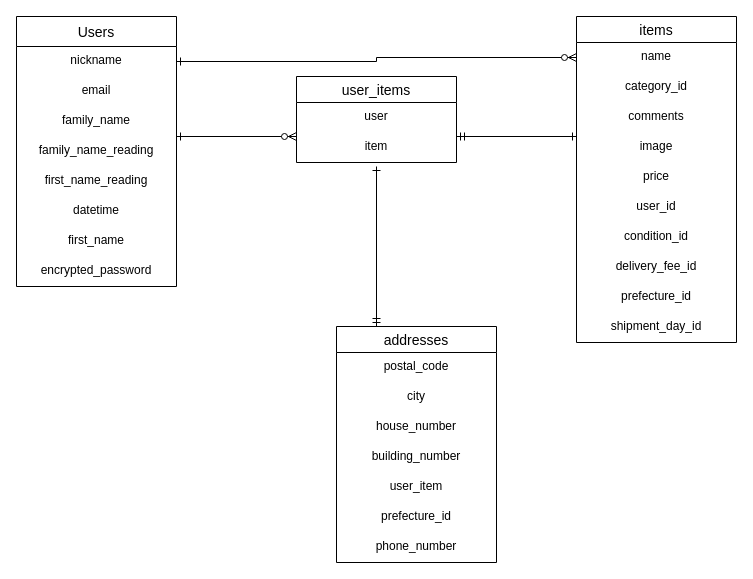
Earlier version of the draw.io diagram furima.dio (xxxkana/furima-36249). Source tidied: cells renumbered, new cells numbered last; positions are measured from the earlier drawing's top-left corner, leaving out a move shared by most shapes. Both pictures are drawn from the tidied source at 100%, with x=0, y=0 at pixel (16, 16).
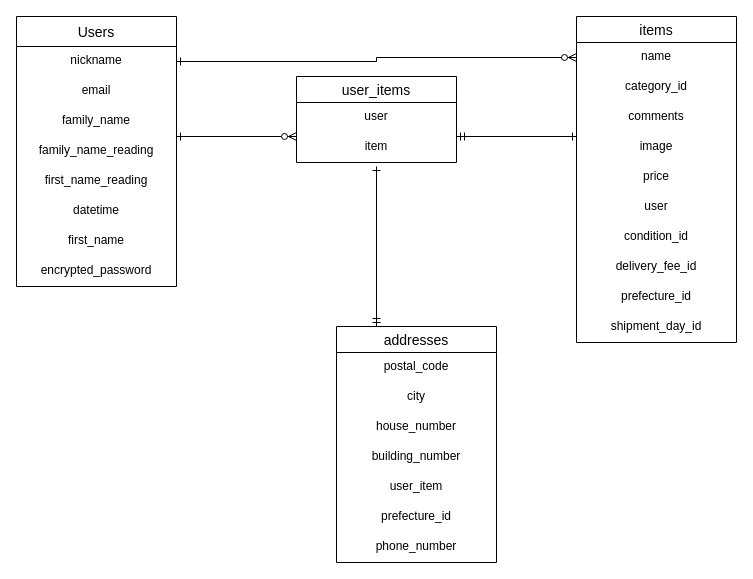
The same diagram, later.

Commit message (it also covers changes not shown here):
データベース設計修正9

Unchanged cells that the change refers to:
```xml
<mxCell id="11" value="items" style="swimlane;fontStyle=0;horizontal=1;startSize=26;align=center;fontSize=14;" parent="1" vertex="1">
  <mxGeometry x="560" width="160" height="326" as="geometry" />
</mxCell>
```

The edit, as a diff of the source:
```diff
@@
-    <mxCell id="17" value="user_id" style="text;strokeColor=none;fillColor=none;spacingLeft=4;spacingRight=4;overflow=hidden;fontSize=12;align=center;" parent="11" vertex="1">
+    <mxCell id="17" value="user" style="text;strokeColor=none;fillColor=none;spacingLeft=4;spacingRight=4;overflow=hidden;fontSize=12;align=center;" parent="11" vertex="1">
       <mxGeometry y="176" width="160" height="30" as="geometry" />
     </mxCell>
```
